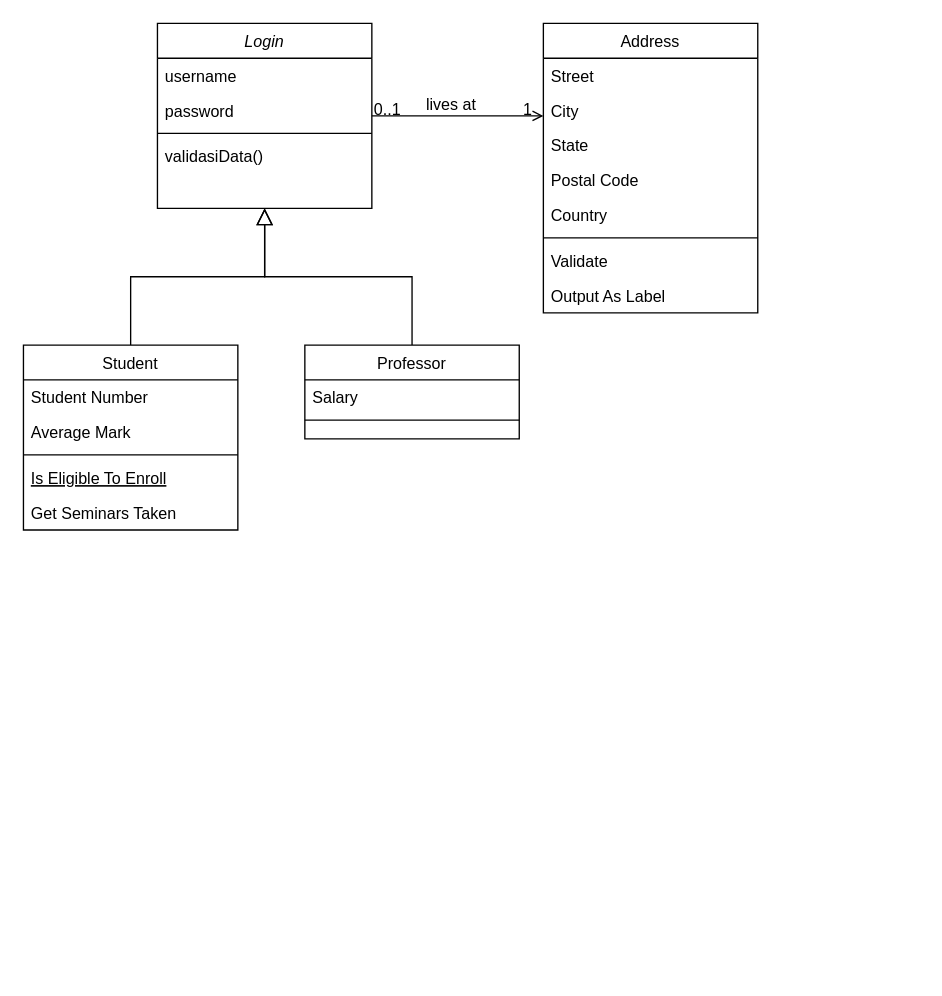
Earlier version of the draw.io diagram Untitled Diagram.drawio (wibinabae/nabaeApps). Source tidied: cells renumbered, new cells numbered last; positions are measured from the earlier drawing's top-left corner, leaving out a move shared by most shapes. Both pictures are drawn from the tidied source at 134%, with x=0, y=0 at pixel (23, 23).
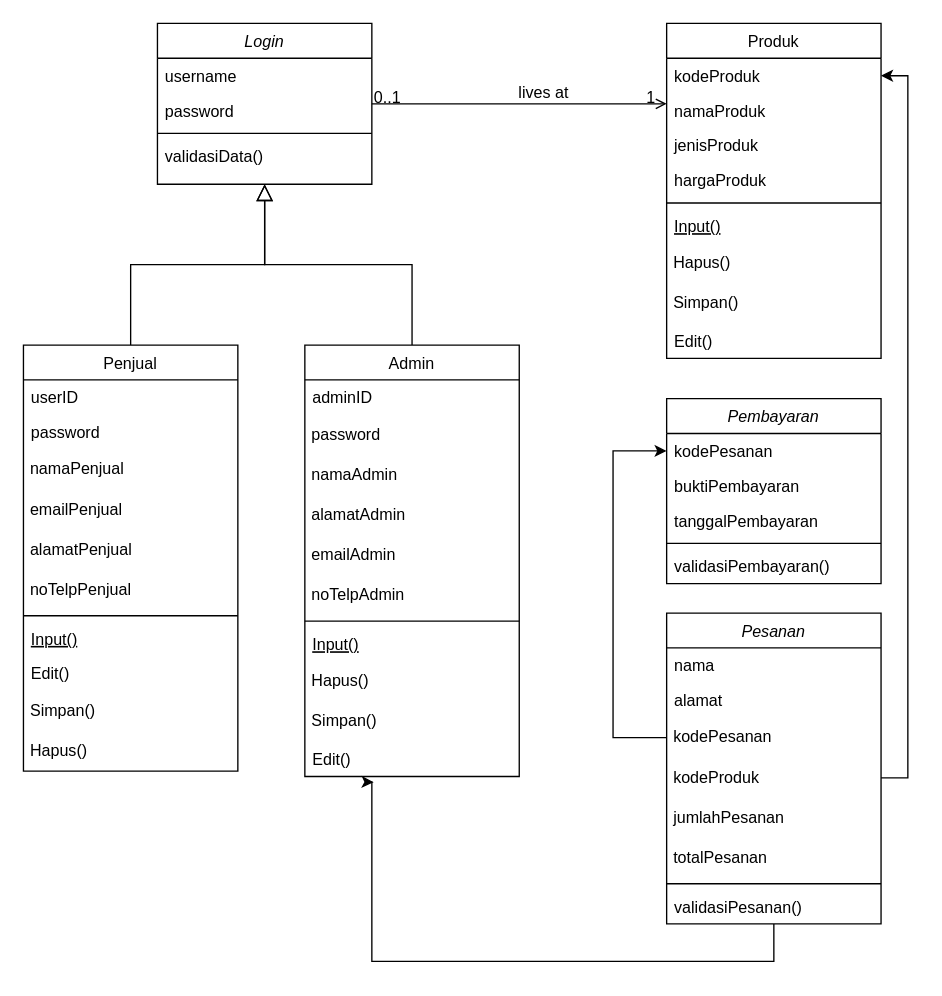
The same page after the edit.

The edit, as a diff of the source:
```diff
@@
     <mxCell id="2" value="Login" style="swimlane;fontStyle=2;align=center;verticalAlign=top;horizontal=1;startSize=26;rounded=0;shadow=0;strokeWidth=1;" parent="1" vertex="1">
-      <mxGeometry x="100" width="160" height="138" as="geometry" />
+      <mxGeometry x="100" width="160" height="120" as="geometry" />
     </mxCell>
@@
-    <mxCell id="7" value="Student" style="swimlane;fontStyle=0;align=center;verticalAlign=top;horizontal=1;startSize=26;rounded=0;shadow=0;strokeWidth=1;" parent="1" vertex="1">
-      <mxGeometry y="240" width="160" height="138" as="geometry" />
+    <mxCell id="7" value="Penjual" style="swimlane;fontStyle=0;align=center;verticalAlign=top;horizontal=1;startSize=26;rounded=0;shadow=0;strokeWidth=1;" parent="1" vertex="1">
+      <mxGeometry y="240" width="160" height="318" as="geometry" />
     </mxCell>
-    <mxCell id="8" value="Student Number" style="text;align=left;verticalAlign=top;spacingLeft=4;spacingRight=4;overflow=hidden;" parent="7" vertex="1">
+    <mxCell id="8" value="userID" style="text;align=left;verticalAlign=top;spacingLeft=4;spacingRight=4;overflow=hidden;" parent="7" vertex="1">
       <mxGeometry y="26" width="160" height="26" as="geometry" />
     </mxCell>
-    <mxCell id="9" value="Average Mark" style="text;align=left;verticalAlign=top;spacingLeft=4;spacingRight=4;overflow=hidden;rounded=0;shadow=0;html=0;" parent="7" vertex="1">
+    <mxCell id="9" value="password&#10;" style="text;align=left;verticalAlign=top;spacingLeft=4;spacingRight=4;overflow=hidden;rounded=0;shadow=0;html=0;" parent="7" vertex="1">
       <mxGeometry y="52" width="160" height="26" as="geometry" />
     </mxCell>
+    <mxCell id="31" value="&amp;nbsp;namaPenjual" style="text;html=1;strokeColor=none;fillColor=none;align=left;verticalAlign=middle;whiteSpace=wrap;rounded=0;" parent="7" vertex="1">
+      <mxGeometry y="78" width="160" height="30" as="geometry" />
+    </mxCell>
+    <mxCell id="32" value="&amp;nbsp;emailPenjual" style="text;html=1;strokeColor=none;fillColor=none;align=left;verticalAlign=middle;whiteSpace=wrap;rounded=0;" parent="7" vertex="1">
+      <mxGeometry y="108" width="160" height="30" as="geometry" />
+    </mxCell>
+    <mxCell id="33" value="&amp;nbsp;alamatPenjual" style="text;html=1;strokeColor=none;fillColor=none;align=left;verticalAlign=middle;whiteSpace=wrap;rounded=0;" parent="7" vertex="1">
+      <mxGeometry y="138" width="160" height="30" as="geometry" />
+    </mxCell>
+    <mxCell id="34" value="&amp;nbsp;noTelpPenjual" style="text;html=1;strokeColor=none;fillColor=none;align=left;verticalAlign=middle;whiteSpace=wrap;rounded=0;" parent="7" vertex="1">
+      <mxGeometry y="168" width="160" height="30" as="geometry" />
+    </mxCell>
     <mxCell id="10" style="line;html=1;strokeWidth=1;align=left;verticalAlign=middle;spacingTop=-1;spacingLeft=3;spacingRight=3;labelPosition=right;" parent="7" vertex="1">
-      <mxGeometry y="78" width="160" height="8" as="geometry" />
+      <mxGeometry y="198" width="160" height="8" as="geometry" />
     </mxCell>
-    <mxCell id="11" value="Is Eligible To Enroll" style="text;align=left;verticalAlign=top;spacingLeft=4;spacingRight=4;overflow=hidden;fontStyle=4;" parent="7" vertex="1">
-      <mxGeometry y="86" width="160" height="26" as="geometry" />
+    <mxCell id="11" value="Input()&#10;" style="text;align=left;verticalAlign=top;spacingLeft=4;spacingRight=4;overflow=hidden;fontStyle=4;" parent="7" vertex="1">
+      <mxGeometry y="206" width="160" height="26" as="geometry" />
     </mxCell>
-    <mxCell id="12" value="Get Seminars Taken" style="text;align=left;verticalAlign=top;spacingLeft=4;spacingRight=4;overflow=hidden;" parent="7" vertex="1">
-      <mxGeometry y="112" width="160" height="26" as="geometry" />
+    <mxCell id="12" value="Edit()" style="text;align=left;verticalAlign=top;spacingLeft=4;spacingRight=4;overflow=hidden;" parent="7" vertex="1">
+      <mxGeometry y="232" width="160" height="26" as="geometry" />
     </mxCell>
+    <mxCell id="35" value="&amp;nbsp;Simpan()" style="text;html=1;strokeColor=none;fillColor=none;align=left;verticalAlign=middle;whiteSpace=wrap;rounded=0;" parent="7" vertex="1">
+      <mxGeometry y="258" width="160" height="30" as="geometry" />
+    </mxCell>
+    <mxCell id="36" value="&amp;nbsp;Hapus()" style="text;html=1;strokeColor=none;fillColor=none;align=left;verticalAlign=middle;whiteSpace=wrap;rounded=0;" parent="7" vertex="1">
+      <mxGeometry y="288" width="160" height="30" as="geometry" />
+    </mxCell>
@@
-    <mxCell id="14" value="Professor" style="swimlane;fontStyle=0;align=center;verticalAlign=top;horizontal=1;startSize=26;rounded=0;shadow=0;strokeWidth=1;" parent="1" vertex="1">
-      <mxGeometry x="210" y="240" width="160" height="70" as="geometry" />
+    <mxCell id="14" value="Admin&#10;" style="swimlane;fontStyle=0;align=center;verticalAlign=top;horizontal=1;startSize=26;rounded=0;shadow=0;strokeWidth=1;" parent="1" vertex="1">
+      <mxGeometry x="210" y="240" width="160" height="322" as="geometry" />
     </mxCell>
-    <mxCell id="15" value="Salary" style="text;align=left;verticalAlign=top;spacingLeft=4;spacingRight=4;overflow=hidden;" parent="14" vertex="1">
+    <mxCell id="15" value="adminID" style="text;align=left;verticalAlign=top;spacingLeft=4;spacingRight=4;overflow=hidden;" parent="14" vertex="1">
       <mxGeometry y="26" width="160" height="26" as="geometry" />
     </mxCell>
+    <mxCell id="37" value="&amp;nbsp;password" style="text;html=1;strokeColor=none;fillColor=none;align=left;verticalAlign=middle;whiteSpace=wrap;rounded=0;" parent="14" vertex="1">
+      <mxGeometry y="52" width="160" height="30" as="geometry" />
+    </mxCell>
+    <mxCell id="38" value="&amp;nbsp;namaAdmin" style="text;html=1;strokeColor=none;fillColor=none;align=left;verticalAlign=middle;whiteSpace=wrap;rounded=0;" parent="14" vertex="1">
+      <mxGeometry y="82" width="160" height="30" as="geometry" />
+    </mxCell>
+    <mxCell id="39" value="&amp;nbsp;alamatAdmin" style="text;html=1;strokeColor=none;fillColor=none;align=left;verticalAlign=middle;whiteSpace=wrap;rounded=0;" parent="14" vertex="1">
+      <mxGeometry y="112" width="160" height="30" as="geometry" />
+    </mxCell>
+    <mxCell id="40" value="&amp;nbsp;emailAdmin" style="text;html=1;strokeColor=none;fillColor=none;align=left;verticalAlign=middle;whiteSpace=wrap;rounded=0;" parent="14" vertex="1">
+      <mxGeometry y="142" width="160" height="30" as="geometry" />
+    </mxCell>
+    <mxCell id="41" value="&amp;nbsp;noTelpAdmin" style="text;html=1;strokeColor=none;fillColor=none;align=left;verticalAlign=middle;whiteSpace=wrap;rounded=0;" parent="14" vertex="1">
+      <mxGeometry y="172" width="160" height="30" as="geometry" />
+    </mxCell>
     <mxCell id="16" style="line;html=1;strokeWidth=1;align=left;verticalAlign=middle;spacingTop=-1;spacingLeft=3;spacingRight=3;labelPosition=right;" parent="14" vertex="1">
-      <mxGeometry y="52" width="160" height="8" as="geometry" />
+      <mxGeometry y="202" width="160" height="8" as="geometry" />
     </mxCell>
+    <mxCell id="42" value="Input()&#10;" style="text;align=left;verticalAlign=top;spacingLeft=4;spacingRight=4;overflow=hidden;fontStyle=4;" parent="14" vertex="1">
+      <mxGeometry y="210" width="160" height="26" as="geometry" />
+    </mxCell>
+    <mxCell id="43" value="&amp;nbsp;Hapus()" style="text;html=1;strokeColor=none;fillColor=none;align=left;verticalAlign=middle;whiteSpace=wrap;rounded=0;" parent="14" vertex="1">
+      <mxGeometry y="236" width="160" height="30" as="geometry" />
+    </mxCell>
+    <mxCell id="44" value="&amp;nbsp;Simpan()" style="text;html=1;strokeColor=none;fillColor=none;align=left;verticalAlign=middle;whiteSpace=wrap;rounded=0;" parent="14" vertex="1">
+      <mxGeometry y="266" width="160" height="30" as="geometry" />
+    </mxCell>
+    <mxCell id="45" value="Edit()" style="text;align=left;verticalAlign=top;spacingLeft=4;spacingRight=4;overflow=hidden;points=[[0,0.5],[1,0.5]];portConstraint=eastwest;" parent="14" vertex="1">
+      <mxGeometry y="296" width="160" height="26" as="geometry" />
+    </mxCell>
@@
-    <mxCell id="18" value="Address" style="swimlane;fontStyle=0;align=center;verticalAlign=top;horizontal=1;startSize=26;rounded=0;shadow=0;strokeWidth=1;" parent="1" vertex="1">
-      <mxGeometry x="388" width="160" height="216" as="geometry" />
+    <mxCell id="18" value="Produk" style="swimlane;fontStyle=0;align=center;verticalAlign=top;horizontal=1;startSize=26;rounded=0;shadow=0;strokeWidth=1;" parent="1" vertex="1">
+      <mxGeometry x="480" width="160" height="250" as="geometry" />
     </mxCell>
-    <mxCell id="19" value="Street" style="text;align=left;verticalAlign=top;spacingLeft=4;spacingRight=4;overflow=hidden;points=[[0,0.5],[1,0.5]];portConstraint=eastwest;" parent="18" vertex="1">
+    <mxCell id="19" value="kodeProduk" style="text;align=left;verticalAlign=top;spacingLeft=4;spacingRight=4;overflow=hidden;points=[[0,0.5],[1,0.5]];portConstraint=eastwest;" parent="18" vertex="1">
       <mxGeometry y="26" width="160" height="26" as="geometry" />
     </mxCell>
-    <mxCell id="20" value="City" style="text;align=left;verticalAlign=top;spacingLeft=4;spacingRight=4;overflow=hidden;rounded=0;shadow=0;html=0;" parent="18" vertex="1">
+    <mxCell id="20" value="namaProduk" style="text;align=left;verticalAlign=top;spacingLeft=4;spacingRight=4;overflow=hidden;rounded=0;shadow=0;html=0;" parent="18" vertex="1">
       <mxGeometry y="52" width="160" height="26" as="geometry" />
     </mxCell>
-    <mxCell id="21" value="State" style="text;align=left;verticalAlign=top;spacingLeft=4;spacingRight=4;overflow=hidden;rounded=0;shadow=0;html=0;" parent="18" vertex="1">
+    <mxCell id="21" value="jenisProduk" style="text;align=left;verticalAlign=top;spacingLeft=4;spacingRight=4;overflow=hidden;rounded=0;shadow=0;html=0;" parent="18" vertex="1">
       <mxGeometry y="78" width="160" height="26" as="geometry" />
     </mxCell>
-    <mxCell id="22" value="Postal Code" style="text;align=left;verticalAlign=top;spacingLeft=4;spacingRight=4;overflow=hidden;rounded=0;shadow=0;html=0;" parent="18" vertex="1">
+    <mxCell id="22" value="hargaProduk" style="text;align=left;verticalAlign=top;spacingLeft=4;spacingRight=4;overflow=hidden;rounded=0;shadow=0;html=0;" parent="18" vertex="1">
       <mxGeometry y="104" width="160" height="26" as="geometry" />
     </mxCell>
-    <mxCell id="23" value="Country" style="text;align=left;verticalAlign=top;spacingLeft=4;spacingRight=4;overflow=hidden;rounded=0;shadow=0;html=0;" parent="18" vertex="1">
-      <mxGeometry y="130" width="160" height="26" as="geometry" />
-    </mxCell>
     <mxCell id="24" style="line;html=1;strokeWidth=1;align=left;verticalAlign=middle;spacingTop=-1;spacingLeft=3;spacingRight=3;labelPosition=right;" parent="18" vertex="1">
-      <mxGeometry y="156" width="160" height="8" as="geometry" />
+      <mxGeometry y="130" width="160" height="8" as="geometry" />
     </mxCell>
-    <mxCell id="25" value="Validate" style="text;align=left;verticalAlign=top;spacingLeft=4;spacingRight=4;overflow=hidden;" parent="18" vertex="1">
-      <mxGeometry y="164" width="160" height="26" as="geometry" />
-    </mxCell>
-    <mxCell id="26" value="Output As Label" style="text;align=left;verticalAlign=top;spacingLeft=4;spacingRight=4;overflow=hidden;" parent="18" vertex="1">
-      <mxGeometry y="190" width="160" height="26" as="geometry" />
-    </mxCell>
+    <mxCell id="46" value="Input()&#10;" style="text;align=left;verticalAlign=top;spacingLeft=4;spacingRight=4;overflow=hidden;fontStyle=4;" parent="18" vertex="1">
+      <mxGeometry y="138" width="160" height="26" as="geometry" />
+    </mxCell>
+    <mxCell id="47" value="&amp;nbsp;Hapus()" style="text;html=1;strokeColor=none;fillColor=none;align=left;verticalAlign=middle;whiteSpace=wrap;rounded=0;" parent="18" vertex="1">
+      <mxGeometry y="164" width="160" height="30" as="geometry" />
+    </mxCell>
+    <mxCell id="48" value="&amp;nbsp;Simpan()" style="text;html=1;strokeColor=none;fillColor=none;align=left;verticalAlign=middle;whiteSpace=wrap;rounded=0;" parent="18" vertex="1">
+      <mxGeometry y="194" width="160" height="30" as="geometry" />
+    </mxCell>
+    <mxCell id="49" value="Edit()" style="text;align=left;verticalAlign=top;spacingLeft=4;spacingRight=4;overflow=hidden;" parent="18" vertex="1">
+      <mxGeometry y="224" width="160" height="26" as="geometry" />
+    </mxCell>
@@
+    <mxCell id="50" value="Pembayaran" style="swimlane;fontStyle=2;align=center;verticalAlign=top;horizontal=1;startSize=26;rounded=0;shadow=0;strokeWidth=1;" parent="1" vertex="1">
+      <mxGeometry x="480" y="280" width="160" height="138" as="geometry" />
+    </mxCell>
+    <mxCell id="51" value="kodePesanan" style="text;align=left;verticalAlign=top;spacingLeft=4;spacingRight=4;overflow=hidden;points=[[0,0.5],[1,0.5]];portConstraint=eastwest;" parent="50" vertex="1">
+      <mxGeometry y="26" width="160" height="26" as="geometry" />
+    </mxCell>
+    <mxCell id="52" value="buktiPembayaran" style="text;align=left;verticalAlign=top;spacingLeft=4;spacingRight=4;overflow=hidden;" parent="50" vertex="1">
+      <mxGeometry y="52" width="160" height="26" as="geometry" />
+    </mxCell>
+    <mxCell id="53" value="tanggalPembayaran" style="text;align=left;verticalAlign=top;spacingLeft=4;spacingRight=4;overflow=hidden;rounded=0;shadow=0;html=0;" parent="50" vertex="1">
+      <mxGeometry y="78" width="160" height="26" as="geometry" />
+    </mxCell>
+    <mxCell id="54" style="line;html=1;strokeWidth=1;align=left;verticalAlign=middle;spacingTop=-1;spacingLeft=3;spacingRight=3;labelPosition=right;" parent="50" vertex="1">
+      <mxGeometry y="104" width="160" height="8" as="geometry" />
+    </mxCell>
+    <mxCell id="55" value="validasiPembayaran()&#10;" style="text;align=left;verticalAlign=top;spacingLeft=4;spacingRight=4;overflow=hidden;" parent="50" vertex="1">
+      <mxGeometry y="112" width="160" height="26" as="geometry" />
+    </mxCell>
+    <mxCell id="56" style="edgeStyle=orthogonalEdgeStyle;rounded=0;jettySize=auto;html=1;entryX=0.321;entryY=1.163;entryDx=0;entryDy=0;entryPerimeter=0;" parent="1" edge="1" source="65" target="45">
+      <mxGeometry relative="1" as="geometry">
+        <Array as="points">
+          <mxPoint x="560" y="700" />
+          <mxPoint x="260" y="700" />
+          <mxPoint x="260" y="566" />
+        </Array>
+      </mxGeometry>
+    </mxCell>
+    <mxCell id="57" value="Pesanan" style="swimlane;fontStyle=2;align=center;verticalAlign=top;horizontal=1;startSize=26;rounded=0;shadow=0;strokeWidth=1;" parent="1" vertex="1">
+      <mxGeometry x="480" y="440" width="160" height="232" as="geometry" />
+    </mxCell>
+    <mxCell id="58" value="nama" style="text;align=left;verticalAlign=top;spacingLeft=4;spacingRight=4;overflow=hidden;" parent="57" vertex="1">
+      <mxGeometry y="26" width="160" height="26" as="geometry" />
+    </mxCell>
+    <mxCell id="59" value="alamat" style="text;align=left;verticalAlign=top;spacingLeft=4;spacingRight=4;overflow=hidden;rounded=0;shadow=0;html=0;" parent="57" vertex="1">
+      <mxGeometry y="52" width="160" height="26" as="geometry" />
+    </mxCell>
+    <mxCell id="60" value="&amp;nbsp;kodePesanan" style="text;html=1;strokeColor=none;fillColor=none;align=left;verticalAlign=middle;whiteSpace=wrap;rounded=0;" parent="57" vertex="1">
+      <mxGeometry y="78" width="160" height="30" as="geometry" />
+    </mxCell>
+    <mxCell id="61" value="&amp;nbsp;kodeProduk" style="text;html=1;strokeColor=none;fillColor=none;align=left;verticalAlign=middle;whiteSpace=wrap;rounded=0;" parent="57" vertex="1">
+      <mxGeometry y="108" width="160" height="30" as="geometry" />
+    </mxCell>
+    <mxCell id="62" value="&amp;nbsp;jumlahPesanan" style="text;html=1;strokeColor=none;fillColor=none;align=left;verticalAlign=middle;whiteSpace=wrap;rounded=0;" parent="57" vertex="1">
+      <mxGeometry y="138" width="160" height="30" as="geometry" />
+    </mxCell>
+    <mxCell id="63" value="&amp;nbsp;totalPesanan" style="text;html=1;strokeColor=none;fillColor=none;align=left;verticalAlign=middle;whiteSpace=wrap;rounded=0;" parent="57" vertex="1">
+      <mxGeometry y="168" width="160" height="30" as="geometry" />
+    </mxCell>
+    <mxCell id="64" style="line;html=1;strokeWidth=1;align=left;verticalAlign=middle;spacingTop=-1;spacingLeft=3;spacingRight=3;labelPosition=right;" parent="57" vertex="1">
+      <mxGeometry y="198" width="160" height="8" as="geometry" />
+    </mxCell>
+    <mxCell id="65" value="validasiPesanan()" style="text;align=left;verticalAlign=top;spacingLeft=4;spacingRight=4;overflow=hidden;points=[[0,0.5],[1,0.5]];portConstraint=eastwest;" parent="57" vertex="1">
+      <mxGeometry y="206" width="160" height="26" as="geometry" />
+    </mxCell>
+    <mxCell id="66" style="edgeStyle=orthogonalEdgeStyle;rounded=0;jettySize=auto;html=1;exitX=1;exitY=0.5;exitDx=0;exitDy=0;" parent="1" edge="1" source="61" target="19">
+      <mxGeometry relative="1" as="geometry" />
+    </mxCell>
+    <mxCell id="67" style="edgeStyle=orthogonalEdgeStyle;rounded=0;jettySize=auto;html=1;exitX=0;exitY=0.5;exitDx=0;exitDy=0;entryX=0;entryY=0.5;entryDx=0;entryDy=0;" parent="1" edge="1" source="60" target="51">
+      <mxGeometry relative="1" as="geometry">
+        <Array as="points">
+          <mxPoint x="440" y="533" />
+          <mxPoint x="440" y="319" />
+        </Array>
+      </mxGeometry>
+    </mxCell>
```
